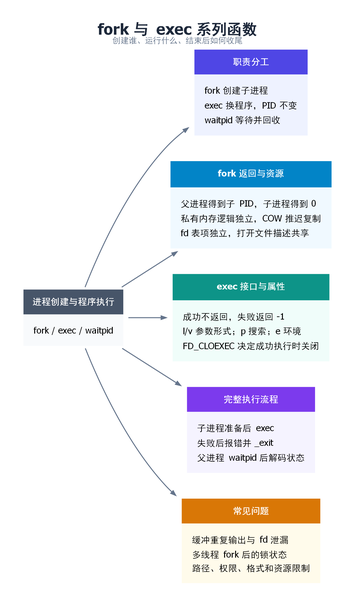
Before: Linux系统API/五.进程管理与控制/fork-exec-assets/mindmap.png, a diagram exported from Graphviz (zingerWang/Jobs). Its source is kept beside it as Linux系统API/五.进程管理与控制/fork-exec-assets/mindmap.dot. The source it was exported from:
```dot
digraph G { graph [rankdir=LR, bgcolor="white", pad="0.4", nodesep="0.45", ranksep="0.8", dpi=200, fontname="PingFang SC", labelloc=t, label=<<B><FONT POINT-SIZE="24" COLOR="#1E293B">fork 与 exec 系列函数</FONT></B><BR/><FONT POINT-SIZE="13" COLOR="#64748B">创建谁、运行什么、结束后如何收尾</FONT>>]; node [shape=plaintext, fontname="PingFang SC", fontsize=14]; edge [color="#64748B", arrowsize=0.8, penwidth=1.5, fontname="PingFang SC", fontsize=12];
r [label=<<TABLE BORDER="0" CELLBORDER="0" CELLSPACING="0" CELLPADDING="12"><TR><TD BGCOLOR="#475569"><FONT COLOR="white"><B>进程创建与程序执行</B></FONT></TD></TR><TR><TD BGCOLOR="#F8FAFC"><TABLE BORDER="0" CELLBORDER="0"><TR><TD ALIGN="LEFT">fork / exec / waitpid</TD></TR></TABLE></TD></TR></TABLE>>];
a [label=<<TABLE BORDER="0" CELLBORDER="0" CELLSPACING="0" CELLPADDING="12"><TR><TD BGCOLOR="#4F46E5"><FONT COLOR="white"><B>职责分工</B></FONT></TD></TR><TR><TD BGCOLOR="#EEF2FF"><TABLE BORDER="0" CELLBORDER="0"><TR><TD ALIGN="LEFT">fork 创建子进程</TD></TR><TR><TD ALIGN="LEFT">exec 换程序，PID 不变</TD></TR><TR><TD ALIGN="LEFT">waitpid 等待并回收</TD></TR></TABLE></TD></TR></TABLE>>];
b [label=<<TABLE BORDER="0" CELLBORDER="0" CELLSPACING="0" CELLPADDING="12"><TR><TD BGCOLOR="#0284C7"><FONT COLOR="white"><B>fork 返回与资源</B></FONT></TD></TR><TR><TD BGCOLOR="#F0F9FF"><TABLE BORDER="0" CELLBORDER="0"><TR><TD ALIGN="LEFT">父进程得到子 PID，子进程得到 0</TD></TR><TR><TD ALIGN="LEFT">私有内存逻辑独立，COW 推迟复制</TD></TR><TR><TD ALIGN="LEFT">fd 表项独立，打开文件描述共享</TD></TR></TABLE></TD></TR></TABLE>>];
c [label=<<TABLE BORDER="0" CELLBORDER="0" CELLSPACING="0" CELLPADDING="12"><TR><TD BGCOLOR="#0D9488"><FONT COLOR="white"><B>exec 接口与属性</B></FONT></TD></TR><TR><TD BGCOLOR="#F0FDFA"><TABLE BORDER="0" CELLBORDER="0"><TR><TD ALIGN="LEFT">成功不返回，失败返回 -1</TD></TR><TR><TD ALIGN="LEFT">l/v 参数形式；p 搜索；e 环境</TD></TR><TR><TD ALIGN="LEFT">FD_CLOEXEC 决定成功执行时关闭</TD></TR></TABLE></TD></TR></TABLE>>];
d [label=<<TABLE BORDER="0" CELLBORDER="0" CELLSPACING="0" CELLPADDING="12"><TR><TD BGCOLOR="#7C3AED"><FONT COLOR="white"><B>完整执行流程</B></FONT></TD></TR><TR><TD BGCOLOR="#F5F3FF"><TABLE BORDER="0" CELLBORDER="0"><TR><TD ALIGN="LEFT">子进程准备后 exec</TD></TR><TR><TD ALIGN="LEFT">失败后报错并 _exit</TD></TR><TR><TD ALIGN="LEFT">父进程 waitpid 后解码状态</TD></TR></TABLE></TD></TR></TABLE>>];
e [label=<<TABLE BORDER="0" CELLBORDER="0" CELLSPACING="0" CELLPADDING="12"><TR><TD BGCOLOR="#D97706"><FONT COLOR="white"><B>常见问题</B></FONT></TD></TR><TR><TD BGCOLOR="#FFFBEB"><TABLE BORDER="0" CELLBORDER="0"><TR><TD ALIGN="LEFT">缓冲重复输出与 fd 泄漏</TD></TR><TR><TD ALIGN="LEFT">多线程 fork 后的锁状态</TD></TR><TR><TD ALIGN="LEFT">路径、权限、格式和资源限制</TD></TR></TABLE></TD></TR></TABLE>>];
r -> a [label=""];
r -> b [label=""];
r -> c [label=""];
r -> d [label=""];
r -> e [label=""];
}
```
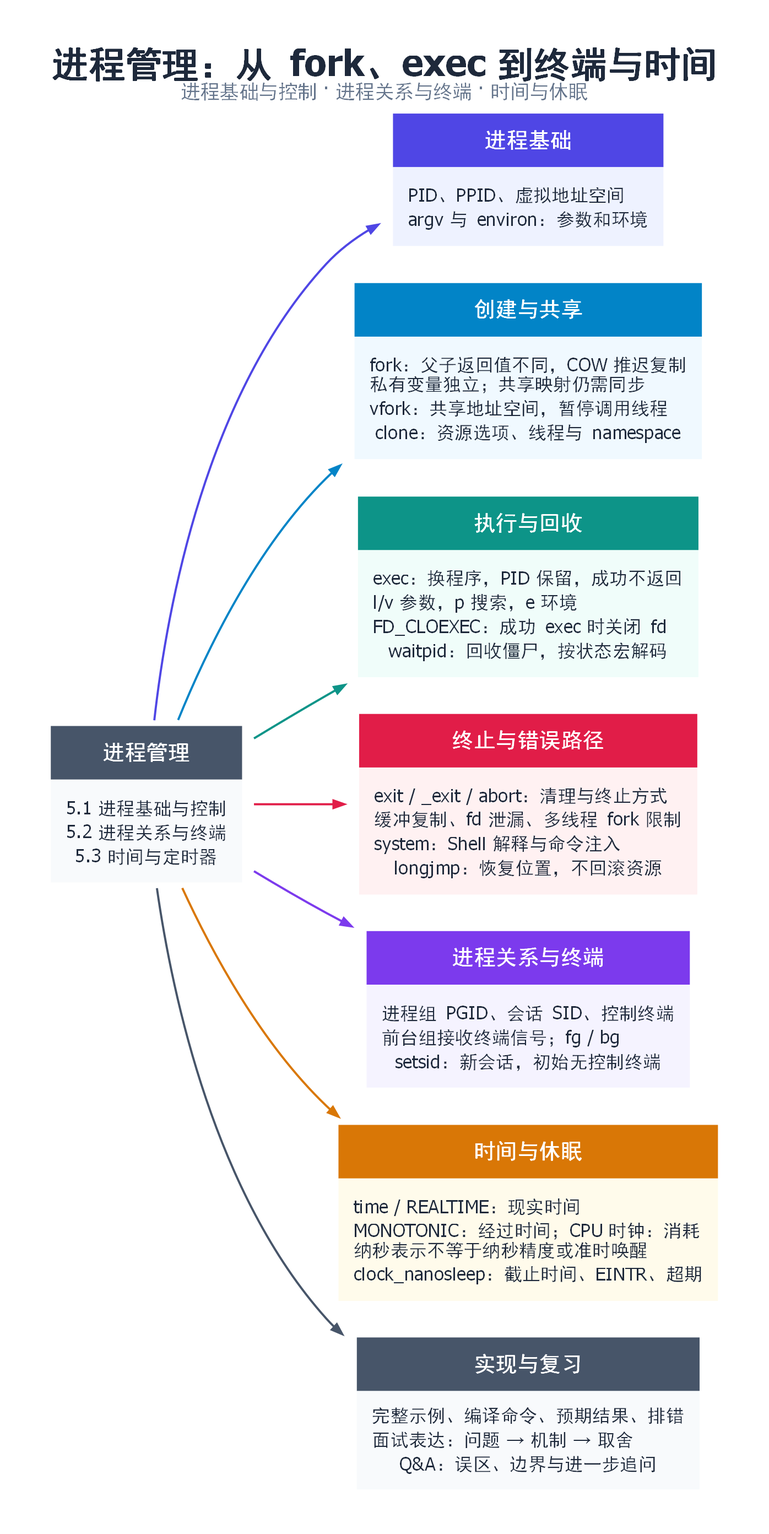
Above is the later version.

What changed in the source:
```diff
@@ -1,13 +1,20 @@
-digraph G { graph [rankdir=LR, bgcolor="white", pad="0.4", nodesep="0.45", ranksep="0.8", dpi=200, fontname="PingFang SC", labelloc=t, label=<<B><FONT POINT-SIZE="24" COLOR="#1E293B">fork 与 exec 系列函数</FONT></B><BR/><FONT POINT-SIZE="13" COLOR="#64748B">创建谁、运行什么、结束后如何收尾</FONT>>]; node [shape=plaintext, fontname="PingFang SC", fontsize=14]; edge [color="#64748B", arrowsize=0.8, penwidth=1.5, fontname="PingFang SC", fontsize=12];
-r [label=<<TABLE BORDER="0" CELLBORDER="0" CELLSPACING="0" CELLPADDING="12"><TR><TD BGCOLOR="#475569"><FONT COLOR="white"><B>进程创建与程序执行</B></FONT></TD></TR><TR><TD BGCOLOR="#F8FAFC"><TABLE BORDER="0" CELLBORDER="0"><TR><TD ALIGN="LEFT">fork / exec / waitpid</TD></TR></TABLE></TD></TR></TABLE>>];
-a [label=<<TABLE BORDER="0" CELLBORDER="0" CELLSPACING="0" CELLPADDING="12"><TR><TD BGCOLOR="#4F46E5"><FONT COLOR="white"><B>职责分工</B></FONT></TD></TR><TR><TD BGCOLOR="#EEF2FF"><TABLE BORDER="0" CELLBORDER="0"><TR><TD ALIGN="LEFT">fork 创建子进程</TD></TR><TR><TD ALIGN="LEFT">exec 换程序，PID 不变</TD></TR><TR><TD ALIGN="LEFT">waitpid 等待并回收</TD></TR></TABLE></TD></TR></TABLE>>];
-b [label=<<TABLE BORDER="0" CELLBORDER="0" CELLSPACING="0" CELLPADDING="12"><TR><TD BGCOLOR="#0284C7"><FONT COLOR="white"><B>fork 返回与资源</B></FONT></TD></TR><TR><TD BGCOLOR="#F0F9FF"><TABLE BORDER="0" CELLBORDER="0"><TR><TD ALIGN="LEFT">父进程得到子 PID，子进程得到 0</TD></TR><TR><TD ALIGN="LEFT">私有内存逻辑独立，COW 推迟复制</TD></TR><TR><TD ALIGN="LEFT">fd 表项独立，打开文件描述共享</TD></TR></TABLE></TD></TR></TABLE>>];
-c [label=<<TABLE BORDER="0" CELLBORDER="0" CELLSPACING="0" CELLPADDING="12"><TR><TD BGCOLOR="#0D9488"><FONT COLOR="white"><B>exec 接口与属性</B></FONT></TD></TR><TR><TD BGCOLOR="#F0FDFA"><TABLE BORDER="0" CELLBORDER="0"><TR><TD ALIGN="LEFT">成功不返回，失败返回 -1</TD></TR><TR><TD ALIGN="LEFT">l/v 参数形式；p 搜索；e 环境</TD></TR><TR><TD ALIGN="LEFT">FD_CLOEXEC 决定成功执行时关闭</TD></TR></TABLE></TD></TR></TABLE>>];
-d [label=<<TABLE BORDER="0" CELLBORDER="0" CELLSPACING="0" CELLPADDING="12"><TR><TD BGCOLOR="#7C3AED"><FONT COLOR="white"><B>完整执行流程</B></FONT></TD></TR><TR><TD BGCOLOR="#F5F3FF"><TABLE BORDER="0" CELLBORDER="0"><TR><TD ALIGN="LEFT">子进程准备后 exec</TD></TR><TR><TD ALIGN="LEFT">失败后报错并 _exit</TD></TR><TR><TD ALIGN="LEFT">父进程 waitpid 后解码状态</TD></TR></TABLE></TD></TR></TABLE>>];
-e [label=<<TABLE BORDER="0" CELLBORDER="0" CELLSPACING="0" CELLPADDING="12"><TR><TD BGCOLOR="#D97706"><FONT COLOR="white"><B>常见问题</B></FONT></TD></TR><TR><TD BGCOLOR="#FFFBEB"><TABLE BORDER="0" CELLBORDER="0"><TR><TD ALIGN="LEFT">缓冲重复输出与 fd 泄漏</TD></TR><TR><TD ALIGN="LEFT">多线程 fork 后的锁状态</TD></TR><TR><TD ALIGN="LEFT">路径、权限、格式和资源限制</TD></TR></TABLE></TD></TR></TABLE>>];
-r -> a [label=""];
-r -> b [label=""];
-r -> c [label=""];
-r -> d [label=""];
-r -> e [label=""];
+digraph process_map {
+graph [rankdir=LR, bgcolor="white", pad="0.35", nodesep="0.22", ranksep="0.65", dpi=200, fontname="PingFang SC", labelloc=t, label=<<B><FONT POINT-SIZE="24" COLOR="#1E293B">进程管理：从 fork、exec 到终端与时间</FONT></B><BR/><FONT POINT-SIZE="13" COLOR="#64748B">进程基础与控制 · 进程关系与终端 · 时间与休眠</FONT>>];
+node [shape=plaintext, fontname="PingFang SC", fontsize=14];
+edge [arrowhead=normal, arrowsize=0.7, penwidth=1.4, fontname="PingFang SC"];
+root [label=<<TABLE BORDER="0" CELLBORDER="0" CELLSPACING="0" CELLPADDING="10"><TR><TD BGCOLOR="#475569"><FONT COLOR="white"><B>进程管理</B></FONT></TD></TR><TR><TD BGCOLOR="#F8FAFC" ALIGN="LEFT"><FONT COLOR="#1E293B" POINT-SIZE="12">5.1 进程基础与控制<BR ALIGN="LEFT"/>5.2 进程关系与终端<BR ALIGN="LEFT"/>5.3 时间与定时器</FONT></TD></TR></TABLE>>];
+n0 [label=<<TABLE BORDER="0" CELLBORDER="0" CELLSPACING="0" CELLPADDING="10"><TR><TD BGCOLOR="#4F46E5"><FONT COLOR="white"><B>进程基础</B></FONT></TD></TR><TR><TD BGCOLOR="#EEF2FF" ALIGN="LEFT"><FONT COLOR="#1E293B" POINT-SIZE="12">PID、PPID、虚拟地址空间<BR ALIGN="LEFT"/>argv 与 environ：参数和环境</FONT></TD></TR></TABLE>>];
+root -> n0 [color="#4F46E5"];
+n1 [label=<<TABLE BORDER="0" CELLBORDER="0" CELLSPACING="0" CELLPADDING="10"><TR><TD BGCOLOR="#0284C7"><FONT COLOR="white"><B>创建与共享</B></FONT></TD></TR><TR><TD BGCOLOR="#F0F9FF" ALIGN="LEFT"><FONT COLOR="#1E293B" POINT-SIZE="12">fork：父子返回值不同，COW 推迟复制<BR ALIGN="LEFT"/>私有变量独立；共享映射仍需同步<BR ALIGN="LEFT"/>vfork：共享地址空间，暂停调用线程<BR ALIGN="LEFT"/>clone：资源选项、线程与 namespace</FONT></TD></TR></TABLE>>];
+root -> n1 [color="#0284C7"];
+n2 [label=<<TABLE BORDER="0" CELLBORDER="0" CELLSPACING="0" CELLPADDING="10"><TR><TD BGCOLOR="#0D9488"><FONT COLOR="white"><B>执行与回收</B></FONT></TD></TR><TR><TD BGCOLOR="#F0FDFA" ALIGN="LEFT"><FONT COLOR="#1E293B" POINT-SIZE="12">exec：换程序，PID 保留，成功不返回<BR ALIGN="LEFT"/>l/v 参数，p 搜索，e 环境<BR ALIGN="LEFT"/>FD_CLOEXEC：成功 exec 时关闭 fd<BR ALIGN="LEFT"/>waitpid：回收僵尸，按状态宏解码</FONT></TD></TR></TABLE>>];
+root -> n2 [color="#0D9488"];
+n3 [label=<<TABLE BORDER="0" CELLBORDER="0" CELLSPACING="0" CELLPADDING="10"><TR><TD BGCOLOR="#E11D48"><FONT COLOR="white"><B>终止与错误路径</B></FONT></TD></TR><TR><TD BGCOLOR="#FFF1F2" ALIGN="LEFT"><FONT COLOR="#1E293B" POINT-SIZE="12">exit / _exit / abort：清理与终止方式<BR ALIGN="LEFT"/>缓冲复制、fd 泄漏、多线程 fork 限制<BR ALIGN="LEFT"/>system：Shell 解释与命令注入<BR ALIGN="LEFT"/>longjmp：恢复位置，不回滚资源</FONT></TD></TR></TABLE>>];
+root -> n3 [color="#E11D48"];
+n4 [label=<<TABLE BORDER="0" CELLBORDER="0" CELLSPACING="0" CELLPADDING="10"><TR><TD BGCOLOR="#7C3AED"><FONT COLOR="white"><B>进程关系与终端</B></FONT></TD></TR><TR><TD BGCOLOR="#F5F3FF" ALIGN="LEFT"><FONT COLOR="#1E293B" POINT-SIZE="12">进程组 PGID、会话 SID、控制终端<BR ALIGN="LEFT"/>前台组接收终端信号；fg / bg<BR ALIGN="LEFT"/>setsid：新会话，初始无控制终端</FONT></TD></TR></TABLE>>];
+root -> n4 [color="#7C3AED"];
+n5 [label=<<TABLE BORDER="0" CELLBORDER="0" CELLSPACING="0" CELLPADDING="10"><TR><TD BGCOLOR="#D97706"><FONT COLOR="white"><B>时间与休眠</B></FONT></TD></TR><TR><TD BGCOLOR="#FFFBEB" ALIGN="LEFT"><FONT COLOR="#1E293B" POINT-SIZE="12">time / REALTIME：现实时间<BR ALIGN="LEFT"/>MONOTONIC：经过时间；CPU 时钟：消耗<BR ALIGN="LEFT"/>纳秒表示不等于纳秒精度或准时唤醒<BR ALIGN="LEFT"/>clock_nanosleep：截止时间、EINTR、超期</FONT></TD></TR></TABLE>>];
+root -> n5 [color="#D97706"];
+n6 [label=<<TABLE BORDER="0" CELLBORDER="0" CELLSPACING="0" CELLPADDING="10"><TR><TD BGCOLOR="#475569"><FONT COLOR="white"><B>实现与复习</B></FONT></TD></TR><TR><TD BGCOLOR="#F8FAFC" ALIGN="LEFT"><FONT COLOR="#1E293B" POINT-SIZE="12">完整示例、编译命令、预期结果、排错<BR ALIGN="LEFT"/>面试表达：问题 → 机制 → 取舍<BR ALIGN="LEFT"/>Q&amp;A：误区、边界与进一步追问</FONT></TD></TR></TABLE>>];
+root -> n6 [color="#475569"];
 }
```
